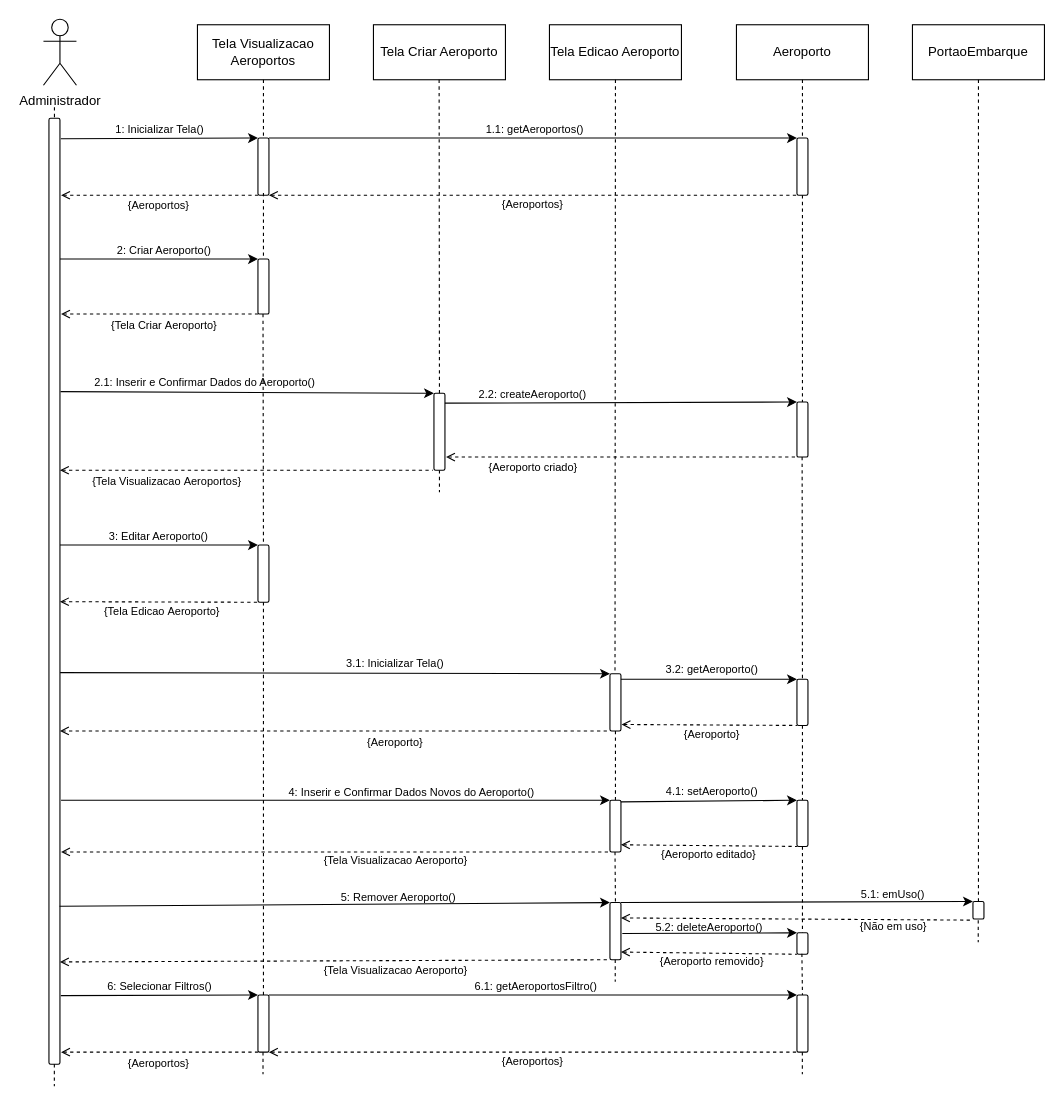
GabrielGMori/trabalho-conclus-o-ano keeps this draw.io diagram as Diagramas/Eng_de_Software/Modelos/Sequencia/Manter_Aeroportos.drawio. Above is the earlier version. Source tidied: cells renumbered, new cells numbered last; positions are measured from the earlier drawing's top-left corner, leaving out a move shared by most shapes. Both pictures are drawn from the tidied source at 110%, with x=0, y=0 at pixel (43, 19).
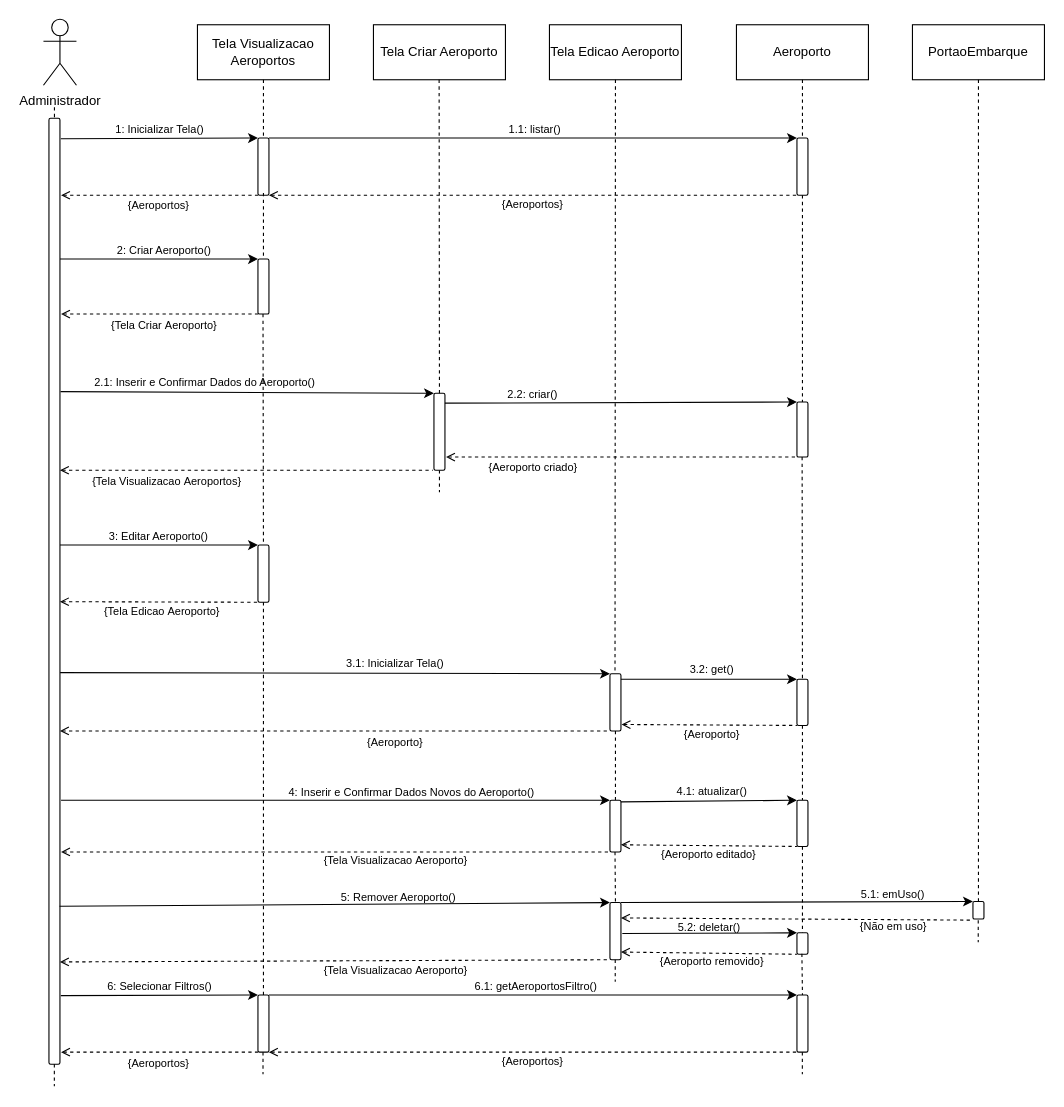
The same page after the edit.

Change to the diagram source:
```diff
@@
-    <mxCell id="22" value="2.2: createAeroporto()" style="text;html=1;align=center;verticalAlign=middle;whiteSpace=wrap;rounded=0;fontSize=10;" parent="1" vertex="1">
+    <mxCell id="22" value="2.2: criar()" style="text;html=1;align=center;verticalAlign=middle;whiteSpace=wrap;rounded=0;fontSize=10;" parent="1" vertex="1">
       <mxGeometry x="345" y="331" width="200" height="20" as="geometry" />
     </mxCell>
@@
-    <mxCell id="34" value="&lt;font&gt;3.2: get&lt;/font&gt;Aeroporto&lt;font&gt;()&lt;/font&gt;" style="text;html=1;align=center;verticalAlign=middle;whiteSpace=wrap;rounded=0;fontSize=10;" parent="1" vertex="1">
+    <mxCell id="34" value="&lt;font&gt;3.2: get&lt;/font&gt;&lt;font&gt;()&lt;/font&gt;" style="text;html=1;align=center;verticalAlign=middle;whiteSpace=wrap;rounded=0;fontSize=10;" parent="1" vertex="1">
       <mxGeometry x="528" y="581" width="160" height="20" as="geometry" />
     </mxCell>
@@
-    <mxCell id="50" value="&lt;font&gt;1.1: get&lt;/font&gt;Aeroporto&lt;font&gt;s()&lt;/font&gt;" style="text;html=1;align=center;verticalAlign=middle;whiteSpace=wrap;rounded=0;fontSize=10;" parent="1" vertex="1">
+    <mxCell id="50" value="&lt;font&gt;1.1: listar&lt;/font&gt;&lt;font&gt;()&lt;/font&gt;" style="text;html=1;align=center;verticalAlign=middle;whiteSpace=wrap;rounded=0;fontSize=10;" parent="1" vertex="1">
       <mxGeometry x="367" y="90" width="160" height="20" as="geometry" />
     </mxCell>
@@
-    <mxCell id="58" value="&lt;font&gt;4.1: set&lt;/font&gt;Aeroporto&lt;font&gt;()&lt;/font&gt;" style="text;html=1;align=center;verticalAlign=middle;whiteSpace=wrap;rounded=0;fontSize=10;" parent="1" vertex="1">
+    <mxCell id="58" value="&lt;font&gt;4.1: atualizar&lt;/font&gt;&lt;font&gt;()&lt;/font&gt;" style="text;html=1;align=center;verticalAlign=middle;whiteSpace=wrap;rounded=0;fontSize=10;" parent="1" vertex="1">
       <mxGeometry x="528" y="692" width="160" height="20" as="geometry" />
     </mxCell>
@@
-    <mxCell id="69" value="&lt;font&gt;5.2: delete&lt;/font&gt;Aeroporto&lt;font&gt;()&lt;/font&gt;" style="text;html=1;align=center;verticalAlign=middle;whiteSpace=wrap;rounded=0;fontSize=10;" parent="1" vertex="1">
+    <mxCell id="69" value="&lt;font&gt;5.2: deletar&lt;/font&gt;&lt;font&gt;()&lt;/font&gt;" style="text;html=1;align=center;verticalAlign=middle;whiteSpace=wrap;rounded=0;fontSize=10;" parent="1" vertex="1">
       <mxGeometry x="552.5" y="815" width="105" height="20" as="geometry" />
     </mxCell>
```
